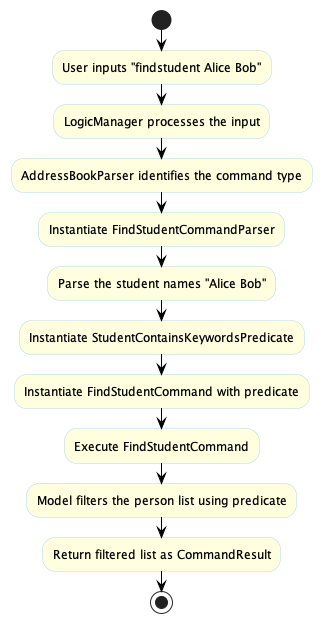
Above: docs/images/FindstudentActivityDiagram.png in tanteckfang/tp (PlantUML), before the change. The source it was exported from:
```plantuml
@startuml
skinparam activityBackgroundColor LightYellow
skinparam activityBorderColor LightBlue
skinparam activityArrowColor Black
skinparam activityArrowFontSize 15

start

:User inputs "findstudent Alice Bob";

:LogicManager processes the input;

:AddressBookParser identifies the command type;

:Instantiate FindStudentCommandParser;

:Parse the student names "Alice Bob";

:Instantiate StudentContainsKeywordsPredicate;

:Instantiate FindStudentCommand with predicate;

:Execute FindStudentCommand;

:Model filters the person list using predicate;

:Return filtered list as CommandResult;

stop

@enduml
```
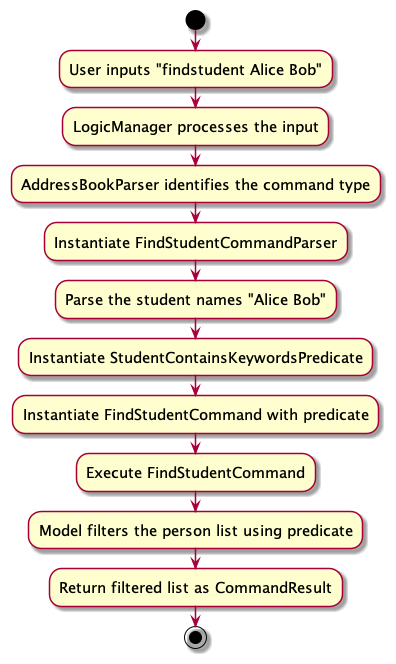
The same file after the commit.

The edit, as a diff of the source:
```diff
@@ -1,8 +1,7 @@
 @startuml
-skinparam activityBackgroundColor LightYellow
-skinparam activityBorderColor LightBlue
-skinparam activityArrowColor Black
-skinparam activityArrowFontSize 15
+skin rose
+skinparam ActivityFontSize 15
+skinparam ArrowFontSize 12
 
 start
 
```
